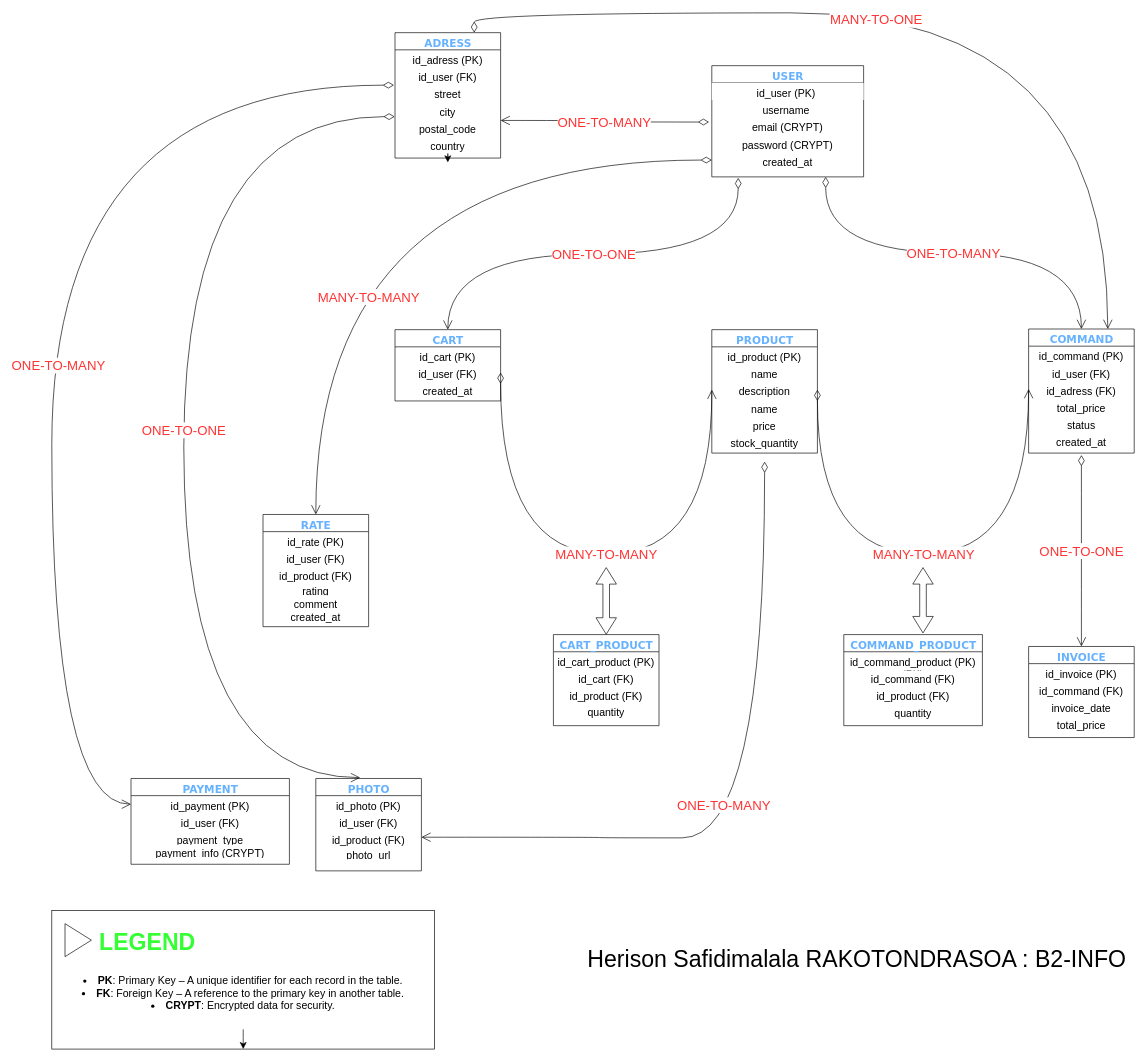
The draw.io diagram Conceptual Data model.drawio in dolobe/e-commerce-SQL, before the edit. Source tidied: cells renumbered, new cells numbered last; positions are measured from the earlier drawing's top-left corner, leaving out a move shared by most shapes. Both pictures are drawn from the tidied source at 66%, with x=0, y=0 at pixel (51, 13).
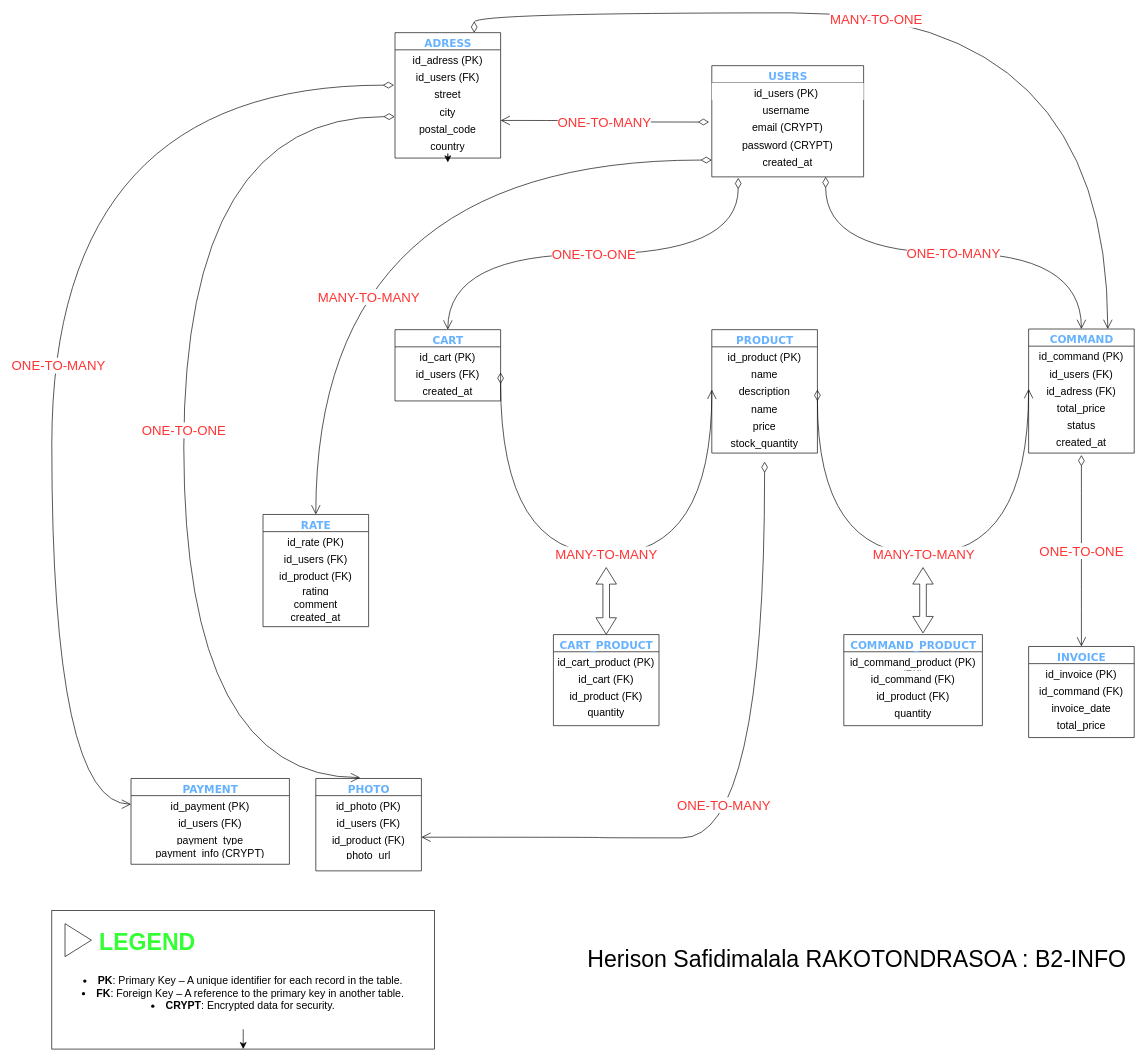
The same diagram, later.

Commit message:
Mettre à jour Conceptual Data model.drawio

Unchanged cells that the change refers to:
```xml
<mxCell id="8" value="&lt;font color=&quot;#66b2ff&quot;&gt;ADRESS&lt;/font&gt;" style="swimlane;html=1;fontStyle=1;align=center;verticalAlign=top;horizontal=1;startSize=26;swimlaneFillColor=#ffffff;rounded=0;shadow=0;comic=0;labelBackgroundColor=none;strokeWidth=1;fillColor=none;fontFamily=Verdana;fontSize=16;" parent="1" vertex="1">
  <mxGeometry x="520" y="30" width="160" height="190" as="geometry" />
</mxCell>
<mxCell id="23" value="&lt;font color=&quot;#66b2ff&quot;&gt;CART&lt;/font&gt;" style="swimlane;html=1;fontStyle=1;align=center;verticalAlign=top;horizontal=1;startSize=26;swimlaneFillColor=#ffffff;rounded=0;shadow=0;comic=0;labelBackgroundColor=none;strokeWidth=1;fillColor=none;fontFamily=Verdana;fontSize=16;" parent="1" vertex="1">
  <mxGeometry x="520" y="480" width="160" height="108" as="geometry" />
</mxCell>
<mxCell id="27" value="&lt;font color=&quot;#66b2ff&quot;&gt;COMMAND&lt;/font&gt;" style="swimlane;html=1;fontStyle=1;align=center;verticalAlign=top;horizontal=1;startSize=26;swimlaneFillColor=#ffffff;rounded=0;shadow=0;comic=0;labelBackgroundColor=none;strokeWidth=1;fillColor=none;fontFamily=Verdana;fontSize=16;" parent="1" vertex="1">
  <mxGeometry x="1480" y="479" width="160" height="188" as="geometry" />
</mxCell>
<mxCell id="49" value="&lt;font color=&quot;#66b2ff&quot;&gt;PHOTO&lt;/font&gt;" style="swimlane;html=1;fontStyle=1;align=center;verticalAlign=top;horizontal=1;startSize=26;swimlaneFillColor=#ffffff;rounded=0;shadow=0;comic=0;labelBackgroundColor=none;strokeWidth=1;fillColor=none;fontFamily=Verdana;fontSize=16;" parent="1" vertex="1">
  <mxGeometry x="400" y="1160" width="160" height="140" as="geometry" />
</mxCell>
<mxCell id="54" value="&lt;font color=&quot;#66b2ff&quot;&gt;RATE&lt;/font&gt;" style="swimlane;html=1;fontStyle=1;align=center;verticalAlign=top;horizontal=1;startSize=26;swimlaneFillColor=#ffffff;rounded=0;shadow=0;comic=0;labelBackgroundColor=none;strokeWidth=1;fillColor=none;fontFamily=Verdana;fontSize=16;" parent="1" vertex="1">
  <mxGeometry x="320" y="760" width="160" height="170" as="geometry" />
</mxCell>
<mxCell id="61" value="&lt;font color=&quot;#66b2ff&quot;&gt;PAYMENT&lt;/font&gt;" style="swimlane;html=1;fontStyle=1;align=center;verticalAlign=top;horizontal=1;startSize=26;swimlaneFillColor=#ffffff;rounded=0;shadow=0;comic=0;labelBackgroundColor=none;strokeWidth=1;fillColor=none;fontFamily=Verdana;fontSize=16;" parent="1" vertex="1">
  <mxGeometry x="120" y="1160" width="240" height="130" as="geometry" />
</mxCell>
```

The edit, as a diff of the source:
```diff
@@
-    <mxCell id="2" value="&lt;font color=&quot;#66b2ff&quot;&gt;USER&lt;/font&gt;" style="swimlane;html=1;fontStyle=1;align=center;verticalAlign=top;horizontal=1;startSize=26;swimlaneFillColor=#ffffff;rounded=0;shadow=0;comic=0;labelBackgroundColor=none;strokeWidth=1;fillColor=none;fontFamily=Verdana;fontSize=16;" parent="1" vertex="1">
+    <mxCell id="2" value="&lt;font color=&quot;#66b2ff&quot;&gt;USERS&lt;/font&gt;" style="swimlane;html=1;fontStyle=1;align=center;verticalAlign=top;horizontal=1;startSize=26;swimlaneFillColor=#ffffff;rounded=0;shadow=0;comic=0;labelBackgroundColor=none;strokeWidth=1;fillColor=none;fontFamily=Verdana;fontSize=16;" parent="1" vertex="1">
       <mxGeometry x="1000" y="80" width="230" height="168.5" as="geometry" />
     </mxCell>
-    <mxCell id="3" value="id_user (PK)&amp;nbsp;" style="text;html=1;strokeColor=none;fillColor=default;align=center;verticalAlign=top;spacingLeft=4;spacingRight=4;whiteSpace=wrap;overflow=hidden;fontSize=16;" parent="2" vertex="1">
+    <mxCell id="3" value="id_users (PK)&amp;nbsp;" style="text;html=1;strokeColor=none;fillColor=default;align=center;verticalAlign=top;spacingLeft=4;spacingRight=4;whiteSpace=wrap;overflow=hidden;fontSize=16;" parent="2" vertex="1">
       <mxGeometry y="26" width="230" height="26" as="geometry" />
     </mxCell>
@@
-    <mxCell id="10" value="id_user (FK)" style="text;html=1;strokeColor=none;fillColor=none;align=center;verticalAlign=top;spacingLeft=4;spacingRight=4;whiteSpace=wrap;overflow=hidden;fontSize=16;" parent="8" vertex="1">
+    <mxCell id="10" value="id_users (FK)" style="text;html=1;strokeColor=none;fillColor=none;align=center;verticalAlign=top;spacingLeft=4;spacingRight=4;whiteSpace=wrap;overflow=hidden;fontSize=16;" parent="8" vertex="1">
       <mxGeometry y="52" width="160" height="26" as="geometry" />
     </mxCell>
@@
-    <mxCell id="25" value="id_user (FK)" style="text;html=1;strokeColor=none;fillColor=none;align=center;verticalAlign=top;spacingLeft=4;spacingRight=4;whiteSpace=wrap;overflow=hidden;points=[[0,0.5],[1,0.5]];portConstraint=eastwest;fontSize=16;" parent="23" vertex="1">
+    <mxCell id="25" value="id_users (FK)" style="text;html=1;strokeColor=none;fillColor=none;align=center;verticalAlign=top;spacingLeft=4;spacingRight=4;whiteSpace=wrap;overflow=hidden;points=[[0,0.5],[1,0.5]];portConstraint=eastwest;fontSize=16;" parent="23" vertex="1">
       <mxGeometry y="52" width="160" height="26" as="geometry" />
     </mxCell>
@@
-    <mxCell id="29" value="id_user (FK)" style="text;html=1;strokeColor=none;fillColor=none;align=center;verticalAlign=top;spacingLeft=4;spacingRight=4;whiteSpace=wrap;overflow=hidden;fontSize=16;" parent="27" vertex="1">
+    <mxCell id="29" value="id_users (FK)" style="text;html=1;strokeColor=none;fillColor=none;align=center;verticalAlign=top;spacingLeft=4;spacingRight=4;whiteSpace=wrap;overflow=hidden;fontSize=16;" parent="27" vertex="1">
       <mxGeometry y="52" width="160" height="26" as="geometry" />
     </mxCell>
@@
-    <mxCell id="51" value="id_user (FK)" style="text;html=1;strokeColor=none;fillColor=none;align=center;verticalAlign=top;spacingLeft=4;spacingRight=4;whiteSpace=wrap;overflow=hidden;fontSize=16;" parent="49" vertex="1">
+    <mxCell id="51" value="id_users (FK)" style="text;html=1;strokeColor=none;fillColor=none;align=center;verticalAlign=top;spacingLeft=4;spacingRight=4;whiteSpace=wrap;overflow=hidden;fontSize=16;" parent="49" vertex="1">
       <mxGeometry y="52" width="160" height="26" as="geometry" />
     </mxCell>
@@
-    <mxCell id="56" value="id_user (FK)" style="text;html=1;strokeColor=none;fillColor=none;align=center;verticalAlign=top;spacingLeft=4;spacingRight=4;whiteSpace=wrap;overflow=hidden;fontSize=16;" parent="54" vertex="1">
+    <mxCell id="56" value="id_users (FK)" style="text;html=1;strokeColor=none;fillColor=none;align=center;verticalAlign=top;spacingLeft=4;spacingRight=4;whiteSpace=wrap;overflow=hidden;fontSize=16;" parent="54" vertex="1">
       <mxGeometry y="52" width="160" height="26" as="geometry" />
     </mxCell>
@@
-    <mxCell id="63" value="id_user (FK)" style="text;html=1;strokeColor=none;fillColor=none;align=center;verticalAlign=top;spacingLeft=4;spacingRight=4;whiteSpace=wrap;overflow=hidden;fontSize=16;" parent="61" vertex="1">
+    <mxCell id="63" value="id_users (FK)" style="text;html=1;strokeColor=none;fillColor=none;align=center;verticalAlign=top;spacingLeft=4;spacingRight=4;whiteSpace=wrap;overflow=hidden;fontSize=16;" parent="61" vertex="1">
       <mxGeometry y="52" width="240" height="26" as="geometry" />
     </mxCell>
```
